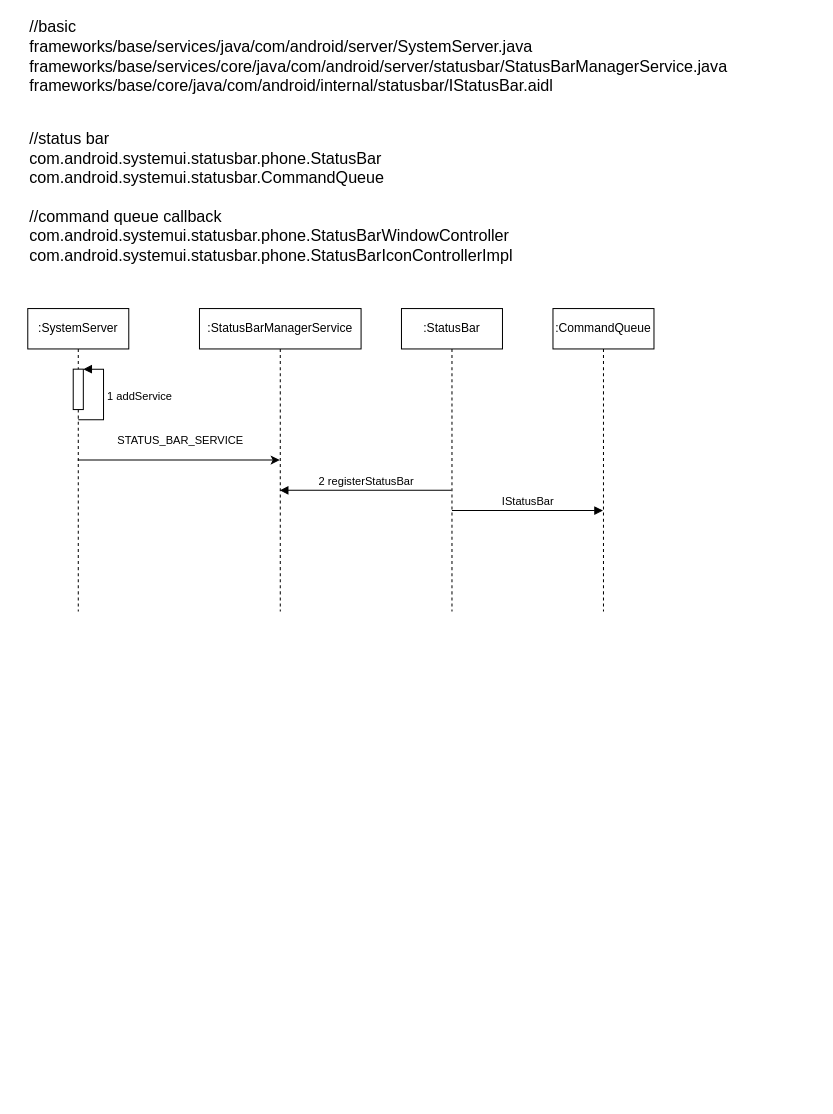
This is page "SystemUI" (3 of 10) of AF review.drawio from LBACK1912/chart, a draw.io file, before an edit. Source tidied: cells renumbered, new cells numbered last; positions are measured from the earlier drawing's top-left corner, leaving out a move shared by most shapes. Both pictures are drawn from the tidied source at 101%, with x=0, y=0 at pixel (27, 20).
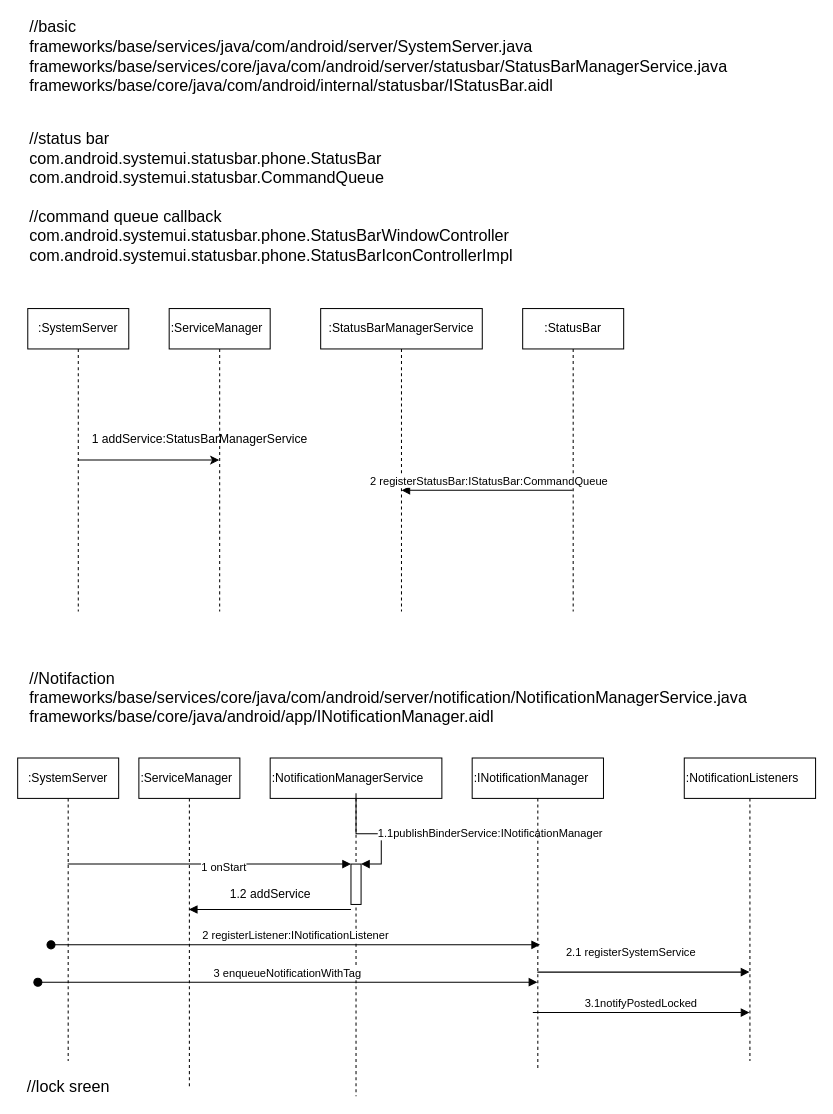
Above is the later version.

Unchanged cells that the change refers to:
```xml
<mxCell id="6" value=":SystemServer" style="shape=umlLifeline;perimeter=lifelinePerimeter;whiteSpace=wrap;html=1;outlineConnect=0;" parent="1" vertex="1">
  <mxGeometry y="285" width="100" height="300" as="geometry" />
</mxCell>
```

Diff of the diagram source:
```diff
@@
     <mxCell id="3" value=":StatusBarManagerService" style="shape=umlLifeline;perimeter=lifelinePerimeter;whiteSpace=wrap;html=1;outlineConnect=0;" parent="1" vertex="1">
-      <mxGeometry x="170" y="285" width="160" height="300" as="geometry" />
+      <mxGeometry x="290" y="285" width="160" height="300" as="geometry" />
     </mxCell>
-    <mxCell id="4" style="edgeStyle=orthogonalEdgeStyle;rounded=0;jettySize=auto;html=1;" parent="1" edge="1" source="6" target="3">
-      <mxGeometry relative="1" as="geometry">
-        <Array as="points">
-          <mxPoint x="150" y="435" />
-          <mxPoint x="150" y="435" />
-        </Array>
-      </mxGeometry>
+    <mxCell id="4" style="edgeStyle=orthogonalEdgeStyle;rounded=0;jettySize=auto;html=1;" parent="1" edge="1" source="6" target="25">
+      <mxGeometry relative="1" as="geometry" />
     </mxCell>
-    <mxCell id="5" value="STATUS_BAR_SERVICE" style="edgeLabel;html=1;align=center;verticalAlign=middle;" parent="4" vertex="1">
-      <mxGeometry x="0.33" y="4" relative="1" as="geometry">
-        <mxPoint x="-32.5" y="-16" as="offset" />
-      </mxGeometry>
-    </mxCell>
@@
-    <mxCell id="7" style="html=1;points=[];perimeter=orthogonalPerimeter;" parent="6" vertex="1">
-      <mxGeometry x="45" y="60" width="10" height="40" as="geometry" />
-    </mxCell>
-    <mxCell id="8" value="1 addService" style="edgeStyle=orthogonalEdgeStyle;html=1;align=left;spacingLeft=2;endArrow=block;rounded=0;entryX=1;entryY=0;" parent="6" edge="1" target="7">
-      <mxGeometry relative="1" as="geometry">
-        <mxPoint x="50" y="110" as="sourcePoint" />
-        <Array as="points">
-          <mxPoint x="75" y="110" />
-        </Array>
-      </mxGeometry>
-    </mxCell>
-    <mxCell id="9" value=":CommandQueue" style="shape=umlLifeline;perimeter=lifelinePerimeter;whiteSpace=wrap;html=1;outlineConnect=0;" parent="1" vertex="1">
-      <mxGeometry x="520" y="285" width="100" height="300" as="geometry" />
-    </mxCell>
     <mxCell id="10" value=":StatusBar" style="shape=umlLifeline;perimeter=lifelinePerimeter;whiteSpace=wrap;html=1;outlineConnect=0;" parent="1" vertex="1">
-      <mxGeometry x="370" y="285" width="100" height="300" as="geometry" />
+      <mxGeometry x="490" y="285" width="100" height="300" as="geometry" />
     </mxCell>
-    <mxCell id="11" value="2 registerStatusBar" style="html=1;verticalAlign=bottom;endArrow=block;" parent="1" edge="1" source="10" target="3">
+    <mxCell id="11" value="&amp;nbsp;2 registerStatusBar:IStatusBar:CommandQueue" style="html=1;verticalAlign=bottom;endArrow=block;" parent="1" edge="1" source="10" target="3">
       <mxGeometry relative="1" as="geometry">
         <Array as="points">
           <mxPoint x="370" y="465" />
         </Array>
       </mxGeometry>
     </mxCell>
-    <mxCell id="12" value="IStatusBar" style="html=1;verticalAlign=bottom;endArrow=block;" parent="1" edge="1" target="9">
-      <mxGeometry relative="1" as="geometry">
-        <mxPoint x="420" y="485" as="sourcePoint" />
-      </mxGeometry>
-    </mxCell>
@@
+    <mxCell id="14" value="&lt;div style=&quot;font-size: 16px&quot; align=&quot;left&quot;&gt;&lt;font style=&quot;font-size: 16px&quot;&gt;//Notifaction&lt;/font&gt;&lt;/div&gt;&lt;div style=&quot;font-size: 16px&quot; align=&quot;left&quot;&gt;&lt;font style=&quot;font-size: 16px&quot;&gt;frameworks/base/services/core/java/com/android/server/notification/NotificationManagerService.java&lt;/font&gt;&lt;/div&gt;&lt;div style=&quot;font-size: 16px&quot; align=&quot;left&quot;&gt;&lt;font style=&quot;font-size: 16px&quot;&gt;frameworks/base/core/java/android/app/INotificationManager.aidl&lt;br&gt;&lt;/font&gt;&lt;/div&gt;" style="text;html=1;align=left;verticalAlign=middle;" parent="1" vertex="1">
+      <mxGeometry y="645" width="780" height="50" as="geometry" />
+    </mxCell>
+    <mxCell id="15" value=":NotificationManagerService" style="shape=umlLifeline;perimeter=lifelinePerimeter;whiteSpace=wrap;html=1;align=left;" parent="1" vertex="1">
+      <mxGeometry x="240" y="730" width="170" height="335" as="geometry" />
+    </mxCell>
+    <mxCell id="16" style="html=1;points=[];perimeter=orthogonalPerimeter;align=left;" parent="15" vertex="1">
+      <mxGeometry x="80" y="105" width="10" height="40" as="geometry" />
+    </mxCell>
+    <mxCell id="17" value="1.1publishBinderService:INotificationManager" style="edgeStyle=orthogonalEdgeStyle;html=1;align=left;spacingLeft=2;endArrow=block;rounded=0;entryX=1;entryY=0;" parent="15" edge="1" target="16">
+      <mxGeometry relative="1" as="geometry">
+        <mxPoint x="85" y="35" as="sourcePoint" />
+        <Array as="points">
+          <mxPoint x="85" y="75" />
+          <mxPoint x="110" y="75" />
+          <mxPoint x="110" y="105" />
+        </Array>
+      </mxGeometry>
+    </mxCell>
+    <mxCell id="18" value=":INotificationManager" style="shape=umlLifeline;perimeter=lifelinePerimeter;whiteSpace=wrap;html=1;outlineConnect=0;align=left;" parent="1" vertex="1">
+      <mxGeometry x="440" y="730" width="130" height="310" as="geometry" />
+    </mxCell>
+    <mxCell id="19" value=":NotificationListeners" style="shape=umlLifeline;perimeter=lifelinePerimeter;whiteSpace=wrap;html=1;align=left;" parent="1" vertex="1">
+      <mxGeometry x="650" y="730" width="130" height="300" as="geometry" />
+    </mxCell>
+    <mxCell id="20" value="2.1 registerSystemService" style="html=1;verticalAlign=bottom;endArrow=block;" parent="1" edge="1">
+      <mxGeometry x="-0.12" y="10" relative="1" as="geometry">
+        <mxPoint x="504.5" y="942" as="sourcePoint" />
+        <mxPoint x="714.5" y="942" as="targetPoint" />
+      </mxGeometry>
+    </mxCell>
+    <mxCell id="21" value="3 enqueueNotificationWithTag" style="html=1;verticalAlign=bottom;startArrow=oval;startFill=1;endArrow=block;startSize=8;" parent="1" edge="1">
+      <mxGeometry relative="1" as="geometry">
+        <mxPoint x="10" y="952" as="sourcePoint" />
+        <mxPoint x="504.5" y="952" as="targetPoint" />
+      </mxGeometry>
+    </mxCell>
+    <mxCell id="22" value="3.1notifyPostedLocked" style="html=1;verticalAlign=bottom;endArrow=block;exitX=0.462;exitY=0.813;exitDx=0;exitDy=0;exitPerimeter=0;" parent="1" edge="1" source="18">
+      <mxGeometry relative="1" as="geometry">
+        <mxPoint x="714.5" y="982" as="targetPoint" />
+      </mxGeometry>
+    </mxCell>
+    <mxCell id="23" value=":SystemServer" style="shape=umlLifeline;perimeter=lifelinePerimeter;whiteSpace=wrap;html=1;" parent="1" vertex="1">
+      <mxGeometry x="-10" y="730" width="100" height="300" as="geometry" />
+    </mxCell>
+    <mxCell id="24" value=":ServiceManager" style="shape=umlLifeline;perimeter=lifelinePerimeter;whiteSpace=wrap;html=1;align=left;" parent="1" vertex="1">
+      <mxGeometry x="110" y="730" width="100" height="325" as="geometry" />
+    </mxCell>
+    <mxCell id="25" value=":ServiceManager" style="shape=umlLifeline;perimeter=lifelinePerimeter;whiteSpace=wrap;html=1;outlineConnect=0;align=left;" parent="1" vertex="1">
+      <mxGeometry x="140" y="285" width="100" height="300" as="geometry" />
+    </mxCell>
+    <mxCell id="26" style="endArrow=block;endFill=1;endSize=6;html=1;" parent="1" edge="1">
+      <mxGeometry relative="1" as="geometry">
+        <mxPoint x="39.5" y="835" as="sourcePoint" />
+        <mxPoint x="320" y="835" as="targetPoint" />
+      </mxGeometry>
+    </mxCell>
+    <mxCell id="27" value="1 onStart" style="edgeLabel;html=1;align=center;verticalAlign=middle;" parent="26" vertex="1">
+      <mxGeometry x="0.1" y="-2" relative="1" as="geometry" />
+    </mxCell>
+    <mxCell id="28" style="endArrow=block;endFill=1;endSize=6;html=1;" parent="1" edge="1">
+      <mxGeometry relative="1" as="geometry">
+        <mxPoint x="320" y="880" as="sourcePoint" />
+        <mxPoint x="159.5" y="880" as="targetPoint" />
+      </mxGeometry>
+    </mxCell>
+    <mxCell id="29" value="1.2 addService" style="text;html=1;align=center;verticalAlign=middle;" parent="1" vertex="1">
+      <mxGeometry x="190" y="855" width="100" height="20" as="geometry" />
+    </mxCell>
+    <mxCell id="30" value="1 addService:StatusBarManagerService" style="text;html=1;align=center;verticalAlign=middle;" parent="1" vertex="1">
+      <mxGeometry x="55" y="405" width="230" height="20" as="geometry" />
+    </mxCell>
+    <mxCell id="31" value="2 registerListener:INotificationListener" style="html=1;verticalAlign=bottom;startArrow=oval;startFill=1;endArrow=block;startSize=8;" parent="1" edge="1">
+      <mxGeometry relative="1" as="geometry">
+        <mxPoint x="23" y="915" as="sourcePoint" />
+        <mxPoint x="507.2" y="915" as="targetPoint" />
+        <Array as="points">
+          <mxPoint x="22.8" y="915" />
+        </Array>
+      </mxGeometry>
+    </mxCell>
+    <mxCell id="32" value="&lt;font style=&quot;font-size: 16px&quot;&gt;//lock sreen&lt;/font&gt;" style="text;html=1;align=center;verticalAlign=middle;" parent="1" vertex="1">
+      <mxGeometry x="-10" y="1045" width="100" height="20" as="geometry" />
+    </mxCell>
```
